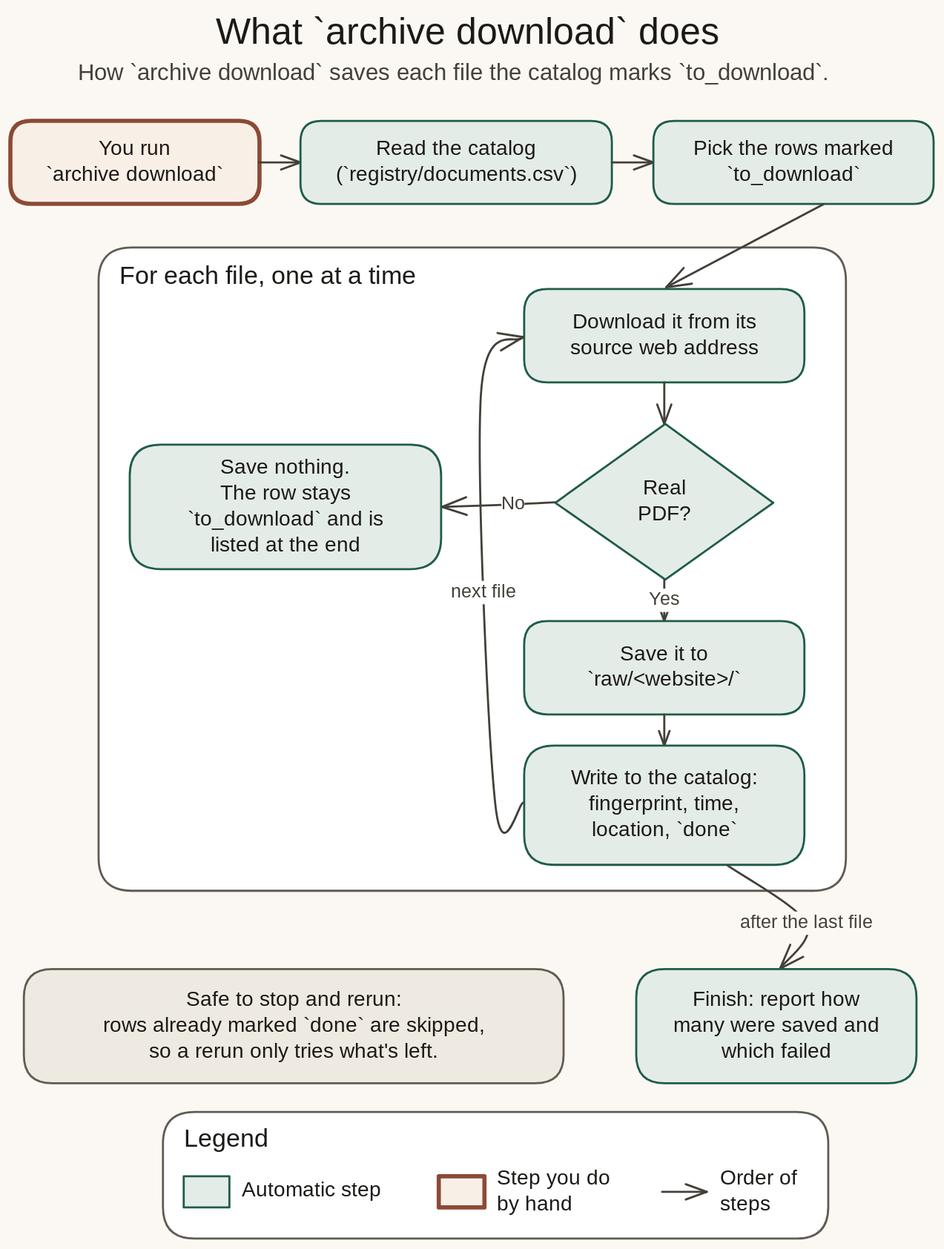
Before: docs/diagrams/svgs/download-script.excalidraw.svg, a diagram exported from Excalidraw (alemarieceria/jbphh-dw-archive-pipeline). Source tidied: one line per element, renumbered; positions are measured from the earlier drawing's top-left corner, leaving out a move shared by most shapes.
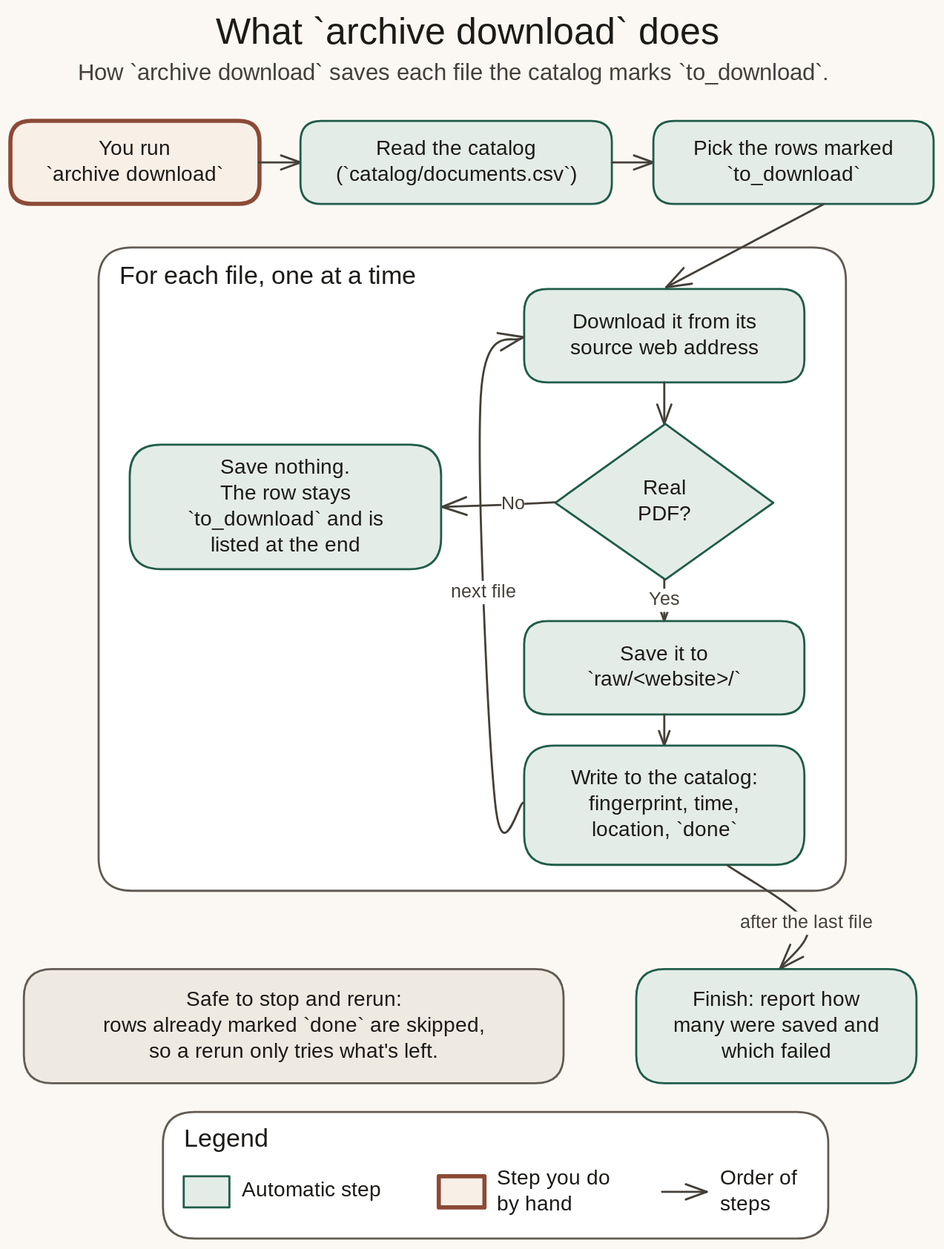
Later version of the same file.

Commit message:
docs: the catalog lives in this repo

Change to the diagram source:
```diff
@@ -4,7 +4,7 @@
 {"id": 3, "type": "text", "text": "You run\n`archive download`", "strokeColor": "#1c1a17", "strokeWidth": 2, "roughness": 1, "fontSize": 20, "fontFamily": 5, "textAlign": "center", "verticalAlign": "middle", "inside": 2, "x": 26, "y": 121, "width": 188, "height": 50}
 {"id": 4, "type": "arrow", "strokeColor": "#443f38", "strokeWidth": 2, "roughness": 0, "endArrowhead": "arrow", "round": true, "x": 239, "y": 147, "width": 40, "height": 0, "points": [[0, 0], [40, 0]]}
 {"id": 5, "type": "rectangle", "strokeColor": "#1f5c4a", "backgroundColor": "#e4ece7", "fillStyle": "solid", "strokeWidth": 2, "roughness": 0, "round": true, "x": 279, "y": 107, "width": 300, "height": 80}
-{"id": 6, "type": "text", "text": "Read the catalog\n(`registry/documents.csv`)", "strokeColor": "#1c1a17", "strokeWidth": 2, "roughness": 1, "fontSize": 20, "fontFamily": 5, "textAlign": "center", "verticalAlign": "middle", "inside": 5, "x": 297, "y": 122, "width": 265, "height": 50}
+{"id": 6, "type": "text", "text": "Read the catalog\n(`catalog/documents.csv`)", "strokeColor": "#1c1a17", "strokeWidth": 2, "roughness": 1, "fontSize": 20, "fontFamily": 5, "textAlign": "center", "verticalAlign": "middle", "inside": 5, "x": 299, "y": 122, "width": 261, "height": 50}
 {"id": 7, "type": "arrow", "strokeColor": "#443f38", "strokeWidth": 2, "roughness": 0, "endArrowhead": "arrow", "round": true, "x": 579, "y": 147, "width": 40, "height": 0, "points": [[0, 0], [40, 0]]}
 {"id": 8, "type": "rectangle", "strokeColor": "#1f5c4a", "backgroundColor": "#e4ece7", "fillStyle": "solid", "strokeWidth": 2, "roughness": 0, "round": true, "x": 619, "y": 107, "width": 270, "height": 80}
 {"id": 9, "type": "text", "text": "Pick the rows marked\n`to_download`", "strokeColor": "#1c1a17", "strokeWidth": 2, "roughness": 1, "fontSize": 20, "fontFamily": 5, "textAlign": "center", "verticalAlign": "middle", "inside": 8, "x": 650, "y": 122, "width": 208, "height": 50}
```
